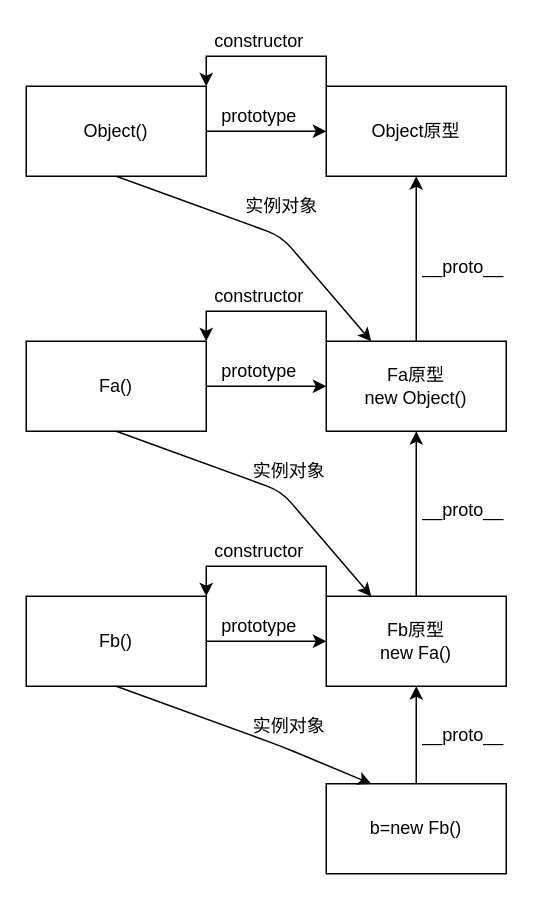
Above: imgs/原型链1.drawio in Wolfeather/blog (draw.io), before the change. Source tidied: cells renumbered, new cells numbered last; positions are measured from the earlier drawing's top-left corner, leaving out a move shared by most shapes. Both pictures are drawn from the tidied source at 150%, with x=0, y=0 at pixel (26, 26).
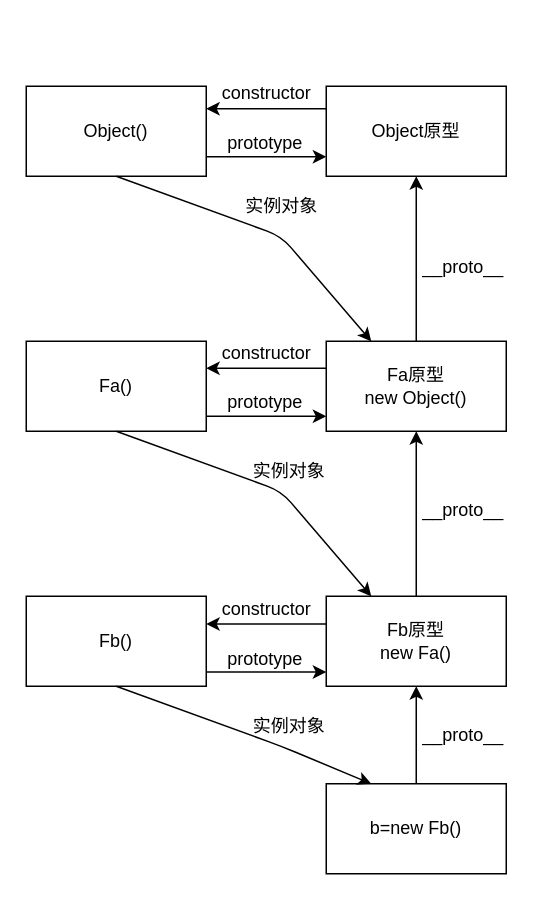
After the change.

The change refers to these unchanged cells:
```xml
<mxCell id="3" value="Fa()" style="rounded=0;whiteSpace=wrap;html=1;" parent="1" vertex="1">
  <mxGeometry y="210" width="120" height="60" as="geometry" />
</mxCell>
<mxCell id="5" value="Fa原型&lt;br&gt;new Object()" style="rounded=0;whiteSpace=wrap;html=1;" parent="1" vertex="1">
  <mxGeometry x="200" y="210" width="120" height="60" as="geometry" />
</mxCell>
<mxCell id="9" value="Object()" style="rounded=0;whiteSpace=wrap;html=1;" parent="1" vertex="1">
  <mxGeometry y="40" width="120" height="60" as="geometry" />
</mxCell>
<mxCell id="11" value="Object原型" style="rounded=0;whiteSpace=wrap;html=1;" parent="1" vertex="1">
  <mxGeometry x="200" y="40" width="120" height="60" as="geometry" />
</mxCell>
<mxCell id="15" value="Fb()" style="rounded=0;whiteSpace=wrap;html=1;" parent="1" vertex="1">
  <mxGeometry y="380" width="120" height="60" as="geometry" />
</mxCell>
<mxCell id="17" value="Fb原型&lt;br&gt;new Fa()" style="rounded=0;whiteSpace=wrap;html=1;" parent="1" vertex="1">
  <mxGeometry x="200" y="380" width="120" height="60" as="geometry" />
</mxCell>
```

The edit, as a diff of the source:
```diff
@@
-    <mxCell id="2" style="edgeStyle=orthogonalEdgeStyle;rounded=0;jettySize=auto;html=1;" parent="1" edge="1" source="3" target="5">
-      <mxGeometry relative="1" as="geometry" />
-    </mxCell>
@@
-    <mxCell id="4" style="edgeStyle=orthogonalEdgeStyle;rounded=0;jettySize=auto;html=1;exitX=0;exitY=0;exitDx=0;exitDy=0;entryX=1;entryY=0;entryDx=0;entryDy=0;" parent="1" edge="1" source="5" target="3">
-      <mxGeometry relative="1" as="geometry" />
-    </mxCell>
@@
-    <mxCell id="6" value="prototype" style="text;html=1;align=center;verticalAlign=middle;" parent="1" vertex="1">
-      <mxGeometry x="120" y="220" width="70" height="20" as="geometry" />
-    </mxCell>
-    <mxCell id="7" value="constructor" style="text;html=1;align=center;verticalAlign=middle;" parent="1" vertex="1">
-      <mxGeometry x="120" y="170" width="70" height="20" as="geometry" />
-    </mxCell>
     <mxCell id="8" style="edgeStyle=orthogonalEdgeStyle;rounded=0;jettySize=auto;html=1;" parent="1" edge="1" source="9" target="11">
-      <mxGeometry relative="1" as="geometry" />
+      <mxGeometry relative="1" as="geometry">
+        <Array as="points">
+          <mxPoint x="165" y="87" />
+          <mxPoint x="165" y="87" />
+        </Array>
+      </mxGeometry>
     </mxCell>
@@
-    <mxCell id="10" style="edgeStyle=orthogonalEdgeStyle;rounded=0;jettySize=auto;html=1;exitX=0;exitY=0;exitDx=0;exitDy=0;entryX=1;entryY=0;entryDx=0;entryDy=0;" parent="1" edge="1" source="11" target="9">
-      <mxGeometry relative="1" as="geometry" />
+    <mxCell id="10" style="edgeStyle=orthogonalEdgeStyle;rounded=0;jettySize=auto;html=1;exitX=0;exitY=0.25;exitDx=0;exitDy=0;entryX=1;entryY=0.25;entryDx=0;entryDy=0;" parent="1" edge="1" source="11" target="9">
+      <mxGeometry relative="1" as="geometry">
+        <Array as="points">
+          <mxPoint x="179" y="55" />
+          <mxPoint x="179" y="55" />
+        </Array>
+      </mxGeometry>
     </mxCell>
@@
     <mxCell id="12" value="prototype" style="text;html=1;align=center;verticalAlign=middle;" parent="1" vertex="1">
-      <mxGeometry x="120" y="50" width="70" height="20" as="geometry" />
+      <mxGeometry x="124" y="68" width="70" height="20" as="geometry" />
     </mxCell>
     <mxCell id="13" value="constructor" style="text;html=1;align=center;verticalAlign=middle;" parent="1" vertex="1">
-      <mxGeometry x="120" width="70" height="20" as="geometry" />
+      <mxGeometry x="125" y="35" width="70" height="20" as="geometry" />
     </mxCell>
-    <mxCell id="14" style="edgeStyle=orthogonalEdgeStyle;rounded=0;jettySize=auto;html=1;" parent="1" edge="1" source="15" target="17">
-      <mxGeometry relative="1" as="geometry" />
-    </mxCell>
@@
-    <mxCell id="16" style="edgeStyle=orthogonalEdgeStyle;rounded=0;jettySize=auto;html=1;exitX=0;exitY=0;exitDx=0;exitDy=0;entryX=1;entryY=0;entryDx=0;entryDy=0;" parent="1" edge="1" source="17" target="15">
-      <mxGeometry relative="1" as="geometry" />
-    </mxCell>
@@
-    <mxCell id="18" value="prototype" style="text;html=1;align=center;verticalAlign=middle;" parent="1" vertex="1">
-      <mxGeometry x="120" y="390" width="70" height="20" as="geometry" />
-    </mxCell>
-    <mxCell id="19" value="constructor" style="text;html=1;align=center;verticalAlign=middle;" parent="1" vertex="1">
-      <mxGeometry x="120" y="340" width="70" height="20" as="geometry" />
-    </mxCell>
@@
+    <mxCell id="33" style="edgeStyle=orthogonalEdgeStyle;rounded=0;orthogonalLoop=1;jettySize=auto;html=1;" parent="1" edge="1">
+      <mxGeometry relative="1" as="geometry">
+        <mxPoint x="120" y="260" as="sourcePoint" />
+        <mxPoint x="200" y="260" as="targetPoint" />
+        <Array as="points">
+          <mxPoint x="165" y="260" />
+          <mxPoint x="165" y="260" />
+        </Array>
+      </mxGeometry>
+    </mxCell>
+    <mxCell id="34" style="edgeStyle=orthogonalEdgeStyle;rounded=0;orthogonalLoop=1;jettySize=auto;html=1;exitX=0;exitY=0.25;exitDx=0;exitDy=0;entryX=1;entryY=0.25;entryDx=0;entryDy=0;" parent="1" edge="1">
+      <mxGeometry relative="1" as="geometry">
+        <mxPoint x="200" y="228" as="sourcePoint" />
+        <mxPoint x="120" y="228" as="targetPoint" />
+        <Array as="points">
+          <mxPoint x="179" y="228" />
+          <mxPoint x="179" y="228" />
+        </Array>
+      </mxGeometry>
+    </mxCell>
+    <mxCell id="35" value="prototype" style="text;html=1;align=center;verticalAlign=middle;" parent="1" vertex="1">
+      <mxGeometry x="124" y="241" width="70" height="20" as="geometry" />
+    </mxCell>
+    <mxCell id="36" value="constructor" style="text;html=1;align=center;verticalAlign=middle;" parent="1" vertex="1">
+      <mxGeometry x="125" y="208" width="70" height="20" as="geometry" />
+    </mxCell>
+    <mxCell id="37" style="edgeStyle=orthogonalEdgeStyle;rounded=0;orthogonalLoop=1;jettySize=auto;html=1;" parent="1" edge="1">
+      <mxGeometry relative="1" as="geometry">
+        <mxPoint x="120" y="430.5" as="sourcePoint" />
+        <mxPoint x="200" y="430.5" as="targetPoint" />
+        <Array as="points">
+          <mxPoint x="165" y="430.5" />
+          <mxPoint x="165" y="430.5" />
+        </Array>
+      </mxGeometry>
+    </mxCell>
+    <mxCell id="38" style="edgeStyle=orthogonalEdgeStyle;rounded=0;orthogonalLoop=1;jettySize=auto;html=1;exitX=0;exitY=0.25;exitDx=0;exitDy=0;entryX=1;entryY=0.25;entryDx=0;entryDy=0;" parent="1" edge="1">
+      <mxGeometry relative="1" as="geometry">
+        <mxPoint x="200" y="398.5" as="sourcePoint" />
+        <mxPoint x="120" y="398.5" as="targetPoint" />
+        <Array as="points">
+          <mxPoint x="179" y="398.5" />
+          <mxPoint x="179" y="398.5" />
+        </Array>
+      </mxGeometry>
+    </mxCell>
+    <mxCell id="39" value="prototype" style="text;html=1;align=center;verticalAlign=middle;" parent="1" vertex="1">
+      <mxGeometry x="124" y="411.5" width="70" height="20" as="geometry" />
+    </mxCell>
+    <mxCell id="40" value="constructor" style="text;html=1;align=center;verticalAlign=middle;" parent="1" vertex="1">
+      <mxGeometry x="125" y="378.5" width="70" height="20" as="geometry" />
+    </mxCell>
```
